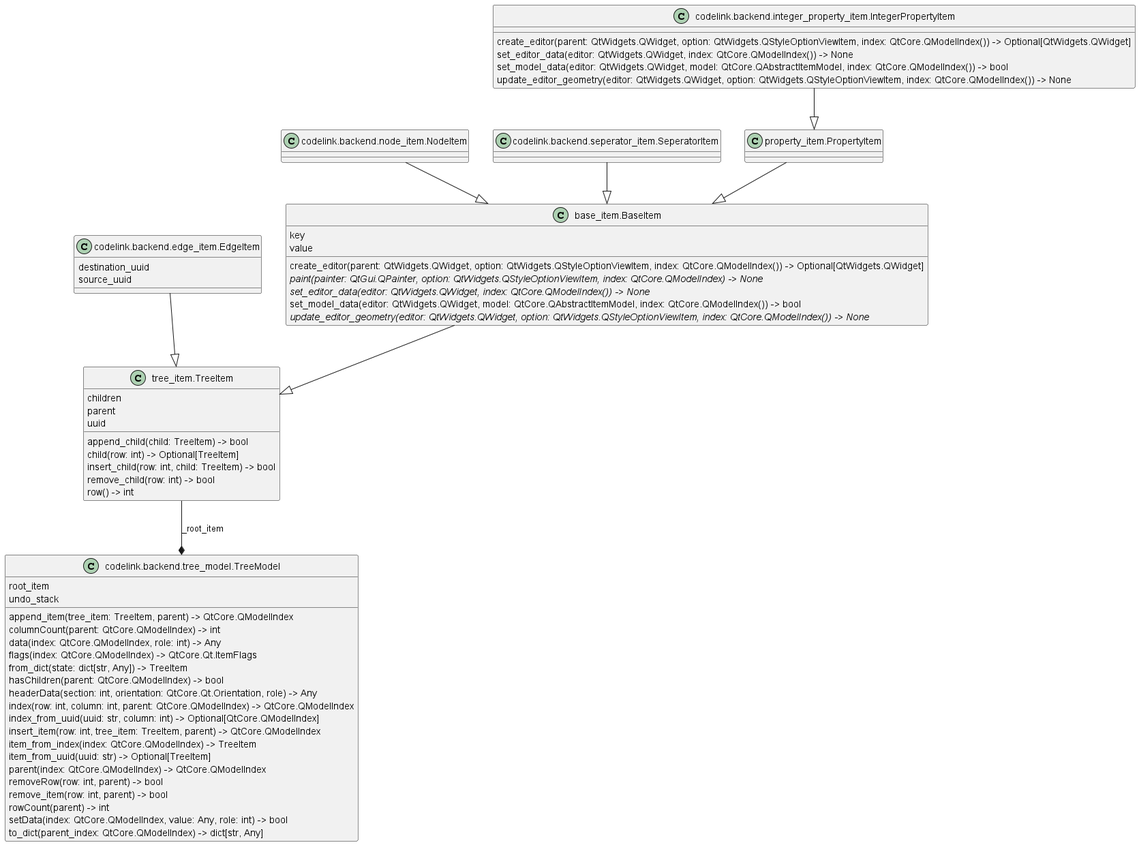
Before: img/backend_classes.png, a diagram exported from PlantUML (j8sr0230/codelink).
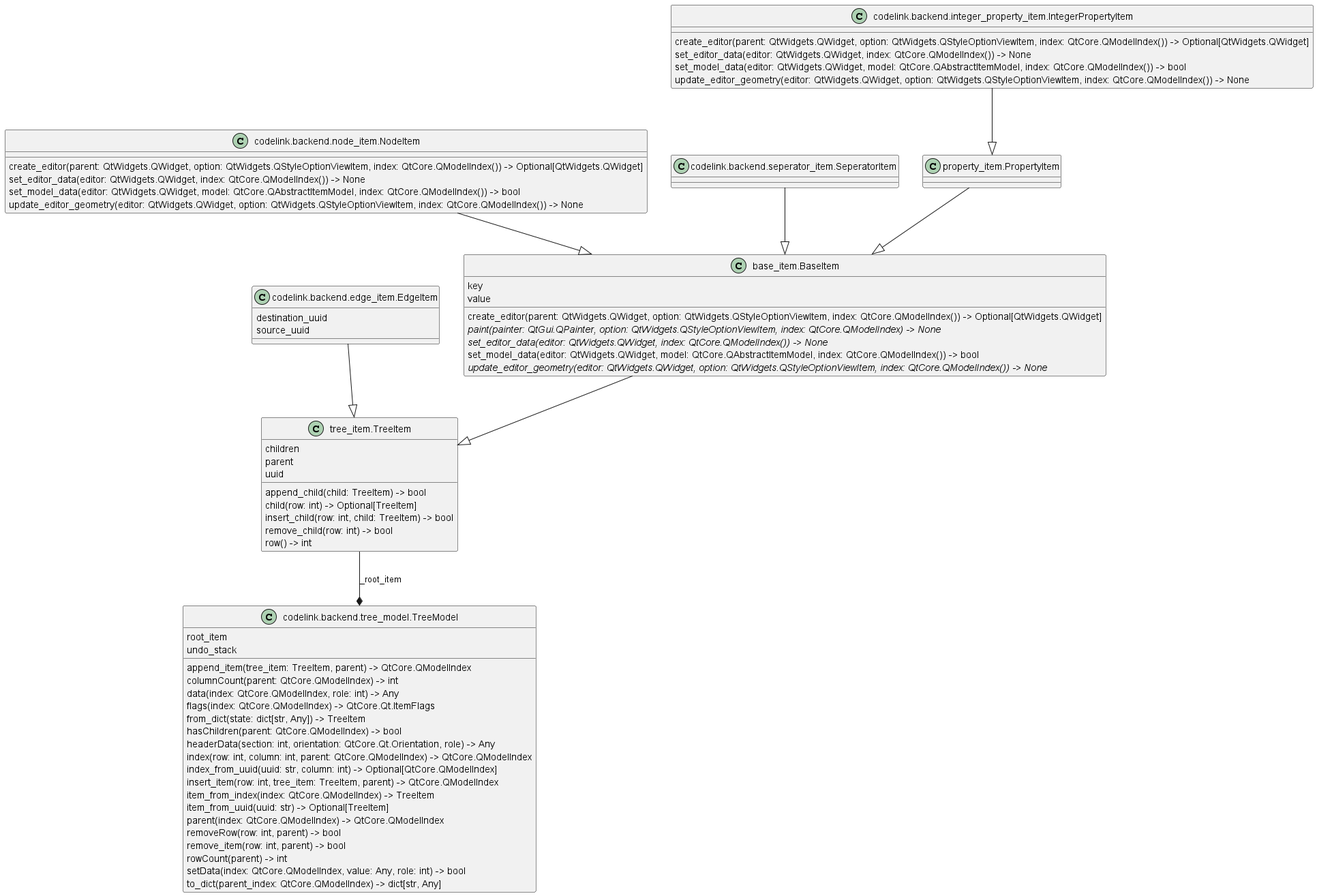
The same diagram one commit later.

Commit message:
Refactors backend

What changed in the source:
```diff
@@ -20,6 +20,10 @@
   update_editor_geometry(editor: QtWidgets.QWidget, option: QtWidgets.QStyleOptionViewItem, index: QtCore.QModelIndex()) -> None
 }
 class "codelink.backend.node_item.NodeItem" as codelink.backend.node_item.NodeItem {
+  create_editor(parent: QtWidgets.QWidget, option: QtWidgets.QStyleOptionViewItem, index: QtCore.QModelIndex()) -> Optional[QtWidgets.QWidget]
+  set_editor_data(editor: QtWidgets.QWidget, index: QtCore.QModelIndex()) -> None
+  set_model_data(editor: QtWidgets.QWidget, model: QtCore.QAbstractItemModel, index: QtCore.QModelIndex()) -> bool
+  update_editor_geometry(editor: QtWidgets.QWidget, option: QtWidgets.QStyleOptionViewItem, index: QtCore.QModelIndex()) -> None
 }
 class "codelink.backend.seperator_item.SeperatorItem" as codelink.backend.seperator_item.SeperatorItem {
 }
```
